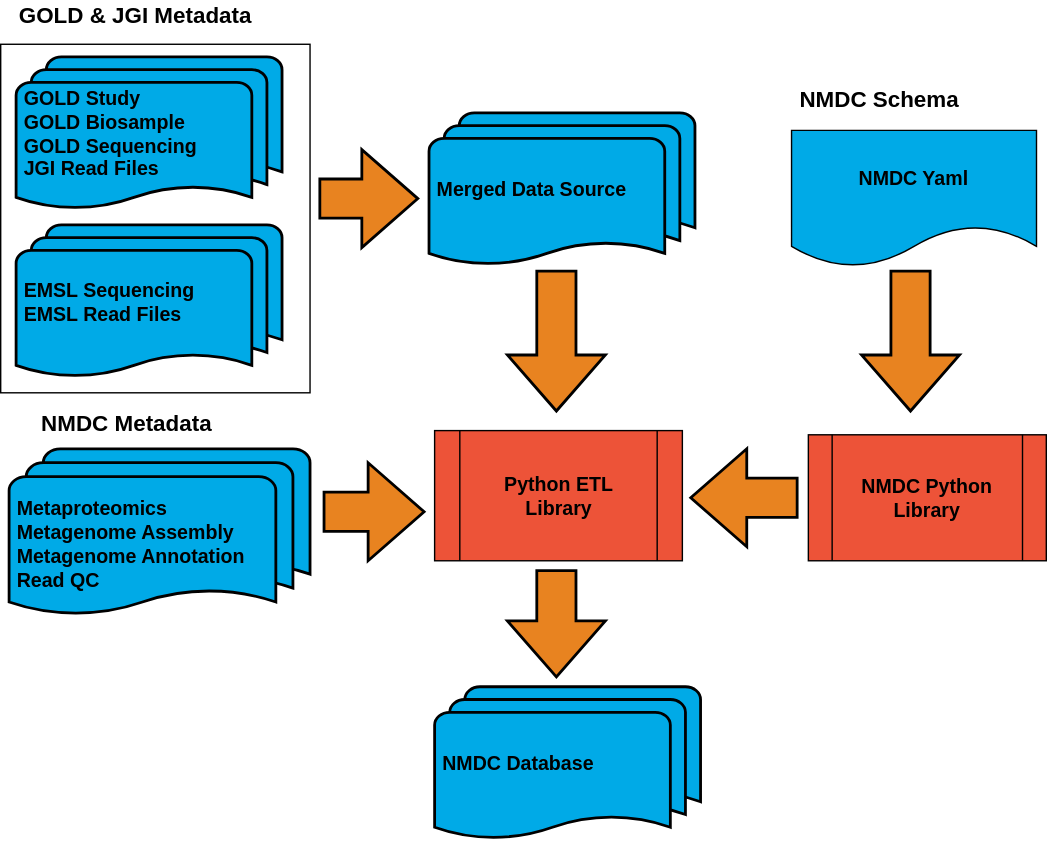
Above: metadata-translation/images/nmdc-etl-workflow.svg in microbiomedata/nmdc-metadata (draw.io), before the change. Source tidied: cells renumbered, new cells last; positions are measured from the earlier drawing's top-left corner, leaving out a move shared by most shapes.
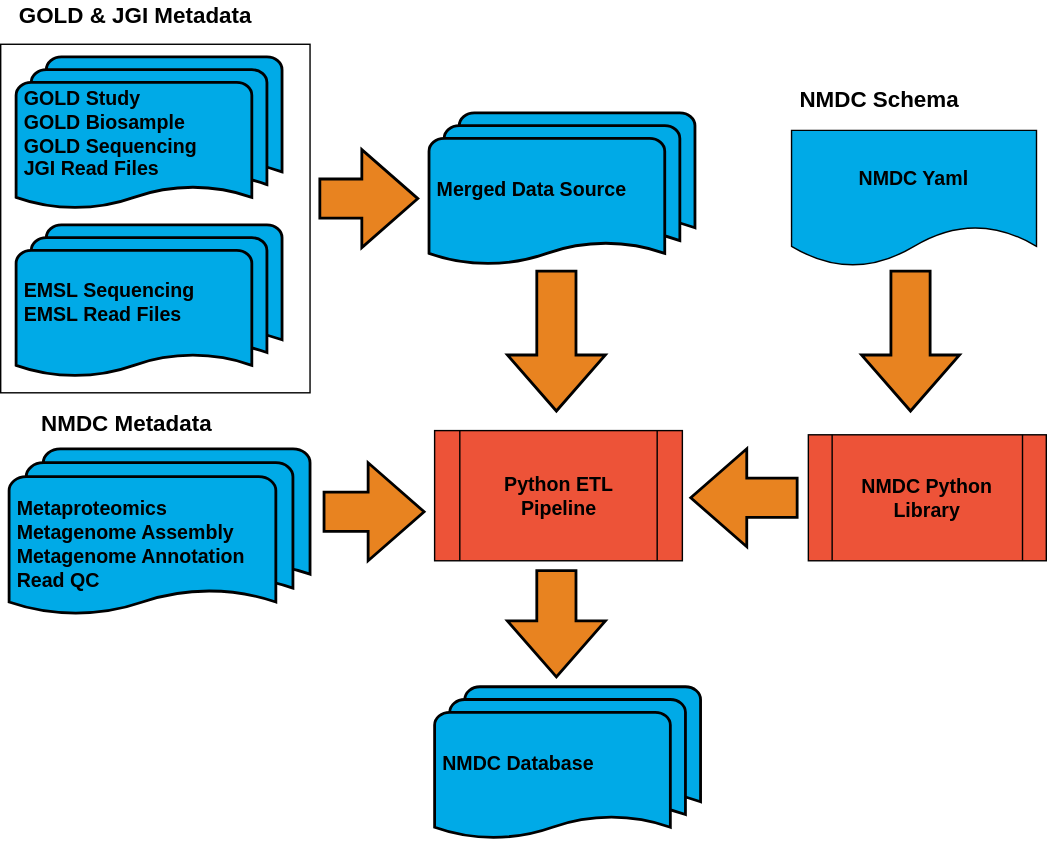
Later version of the same file.

Diff of the diagram source:
```diff
@@ -17,7 +17,7 @@
     <mxCell id="6" value="&lt;span style=&quot;font-size: 14px&quot;&gt;&lt;b&gt;&amp;nbsp;NMDC Database&lt;/b&gt;&lt;/span&gt;" style="strokeWidth=2;html=1;shape=mxgraph.flowchart.multi-document;whiteSpace=wrap;align=left;fillColor=#00AAE7;" parent="1" vertex="1">
       <mxGeometry x="310" y="490" width="190" height="110" as="geometry" />
     </mxCell>
-    <mxCell id="7" value="&lt;font style=&quot;font-size: 14px&quot;&gt;&lt;b&gt;Python ETL&lt;br&gt;Library&lt;br&gt;&lt;/b&gt;&lt;/font&gt;" style="shape=process;whiteSpace=wrap;html=1;backgroundOutline=1;fillColor=#ED5338;" parent="1" vertex="1">
+    <mxCell id="7" value="&lt;font style=&quot;font-size: 14px&quot;&gt;&lt;b&gt;Python ETL&lt;br&gt;Pipeline&lt;br&gt;&lt;/b&gt;&lt;/font&gt;" style="shape=process;whiteSpace=wrap;html=1;backgroundOutline=1;fillColor=#ED5338;" parent="1" vertex="1">
       <mxGeometry x="310" y="307" width="177" height="93" as="geometry" />
     </mxCell>
     <mxCell id="8" value="&lt;span style=&quot;font-size: 14px&quot;&gt;&lt;b&gt;&amp;nbsp;Merged Data Source&lt;/b&gt;&lt;/span&gt;" style="strokeWidth=2;html=1;shape=mxgraph.flowchart.multi-document;whiteSpace=wrap;align=left;fillColor=#00AAE7;" parent="1" vertex="1">
```
